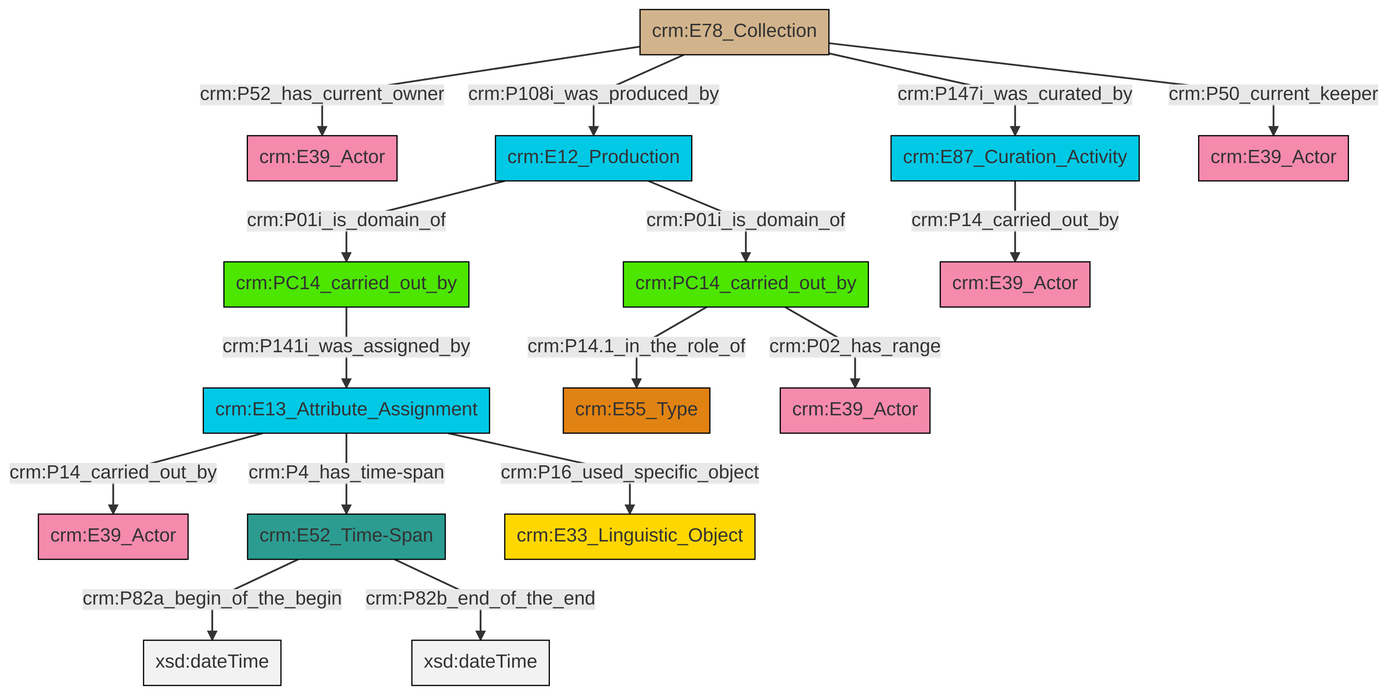
Earlier version of the Mermaid export et/archivalCSV/ttl/mmd/png/archival_relation.png (swiss-art-research-net/docs.swissartresearch). Its source is kept beside it as et/archivalCSV/ttl/mmd/archival_relation.ttl.mmd.
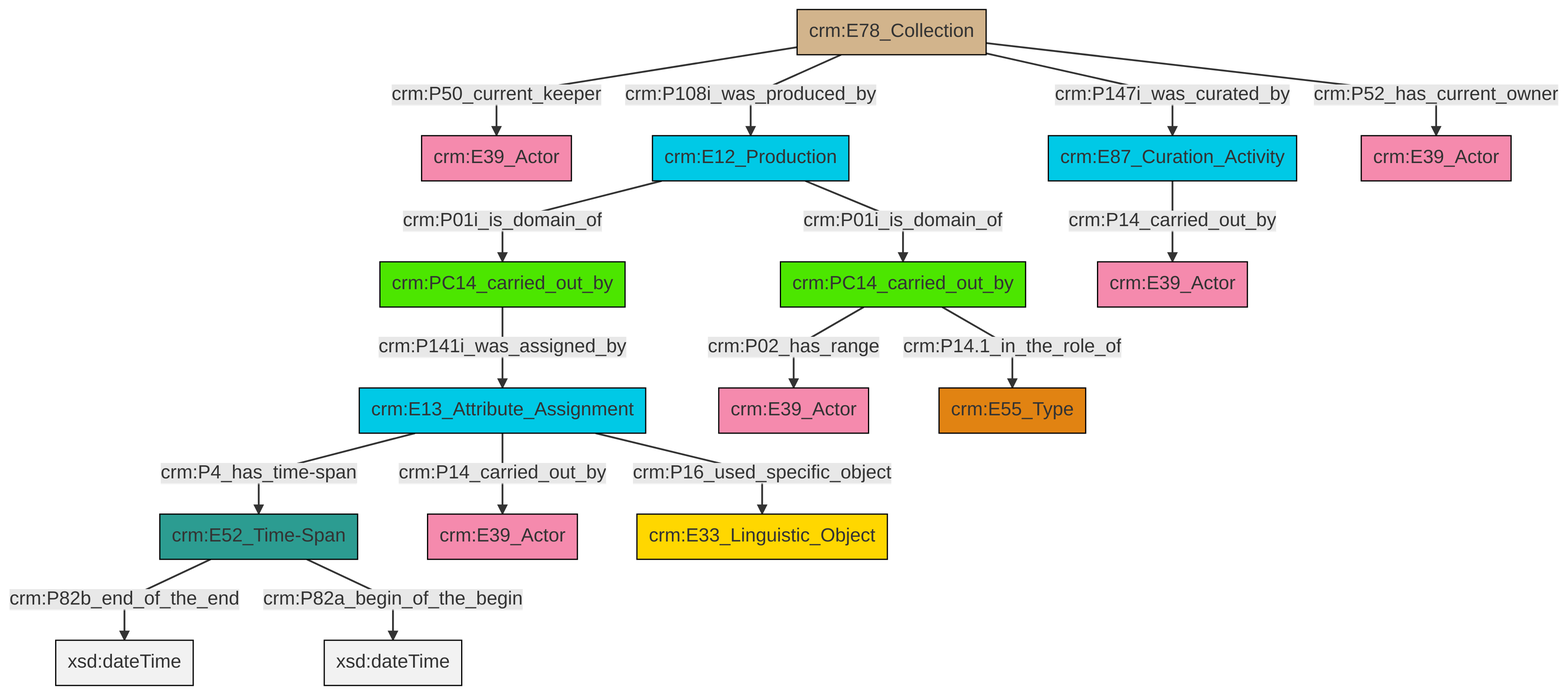
After the change.

Diff of the diagram source:
```diff
@@ -13,18 +13,18 @@
 classDef PC_Classes fill:#4ce600, stroke:#000000;
 classDef Multi fill:#cccccc,stroke:#000000;
 
-0["crm:E13_Attribute_Assignment"]:::Temporal_Entity -->|crm:P14_carried_out_by| 1["crm:E39_Actor"]:::Actor
-0["crm:E13_Attribute_Assignment"]:::Temporal_Entity -->|crm:P4_has_time-span| 4["crm:E52_Time-Span"]:::Time-Span
-7["crm:E12_Production"]:::Temporal_Entity -->|crm:P01i_is_domain_of| 8["crm:PC14_carried_out_by"]:::PC_Classes
-4["crm:E52_Time-Span"]:::Time-Span -->|crm:P82a_begin_of_the_begin| 9[xsd:dateTime]:::Literal
-10["crm:E78_Collection"]:::Physical_Thing -->|crm:P108i_was_produced_by| 7["crm:E12_Production"]:::Temporal_Entity
-11["crm:PC14_carried_out_by"]:::PC_Classes -->|crm:P14.1_in_the_role_of| 12["crm:E55_Type"]:::Type
-0["crm:E13_Attribute_Assignment"]:::Temporal_Entity -->|crm:P16_used_specific_object| 14["crm:E33_Linguistic_Object"]:::Conceptual_Object
-4["crm:E52_Time-Span"]:::Time-Span -->|crm:P82b_end_of_the_end| 17[xsd:dateTime]:::Literal
-10["crm:E78_Collection"]:::Physical_Thing -->|crm:P147i_was_curated_by| 5["crm:E87_Curation_Activity"]:::Temporal_Entity
-11["crm:PC14_carried_out_by"]:::PC_Classes -->|crm:P02_has_range| 20["crm:E39_Actor"]:::Actor
-8["crm:PC14_carried_out_by"]:::PC_Classes -->|crm:P141i_was_assigned_by| 0["crm:E13_Attribute_Assignment"]:::Temporal_Entity
-10["crm:E78_Collection"]:::Physical_Thing -->|crm:P52_has_current_owner| 2["crm:E39_Actor"]:::Actor
-5["crm:E87_Curation_Activity"]:::Temporal_Entity -->|crm:P14_carried_out_by| 15["crm:E39_Actor"]:::Actor
-7["crm:E12_Production"]:::Temporal_Entity -->|crm:P01i_is_domain_of| 11["crm:PC14_carried_out_by"]:::PC_Classes
-10["crm:E78_Collection"]:::Physical_Thing -->|crm:P50_current_keeper| 22["crm:E39_Actor"]:::Actor
+0["crm:E13_Attribute_Assignment"]:::Temporal_Entity -->|crm:P4_has_time-span| 6["crm:E52_Time-Span"]:::Time-Span
+9["crm:E12_Production"]:::Temporal_Entity -->|crm:P01i_is_domain_of| 10["crm:PC14_carried_out_by"]:::PC_Classes
+6["crm:E52_Time-Span"]:::Time-Span -->|crm:P82b_end_of_the_end| 11[xsd:dateTime]:::Literal
+12["crm:E78_Collection"]:::Physical_Thing -->|crm:P50_current_keeper| 13["crm:E39_Actor"]:::Actor
+7["crm:E87_Curation_Activity"]:::Temporal_Entity -->|crm:P14_carried_out_by| 14["crm:E39_Actor"]:::Actor
+9["crm:E12_Production"]:::Temporal_Entity -->|crm:P01i_is_domain_of| 16["crm:PC14_carried_out_by"]:::PC_Classes
+12["crm:E78_Collection"]:::Physical_Thing -->|crm:P108i_was_produced_by| 9["crm:E12_Production"]:::Temporal_Entity
+6["crm:E52_Time-Span"]:::Time-Span -->|crm:P82a_begin_of_the_begin| 21[xsd:dateTime]:::Literal
+0["crm:E13_Attribute_Assignment"]:::Temporal_Entity -->|crm:P14_carried_out_by| 26["crm:E39_Actor"]:::Actor
+12["crm:E78_Collection"]:::Physical_Thing -->|crm:P147i_was_curated_by| 7["crm:E87_Curation_Activity"]:::Temporal_Entity
+16["crm:PC14_carried_out_by"]:::PC_Classes -->|crm:P02_has_range| 24["crm:E39_Actor"]:::Actor
+10["crm:PC14_carried_out_by"]:::PC_Classes -->|crm:P141i_was_assigned_by| 0["crm:E13_Attribute_Assignment"]:::Temporal_Entity
+0["crm:E13_Attribute_Assignment"]:::Temporal_Entity -->|crm:P16_used_specific_object| 2["crm:E33_Linguistic_Object"]:::Conceptual_Object
+12["crm:E78_Collection"]:::Physical_Thing -->|crm:P52_has_current_owner| 4["crm:E39_Actor"]:::Actor
+16["crm:PC14_carried_out_by"]:::PC_Classes -->|crm:P14.1_in_the_role_of| 19["crm:E55_Type"]:::Type
```
